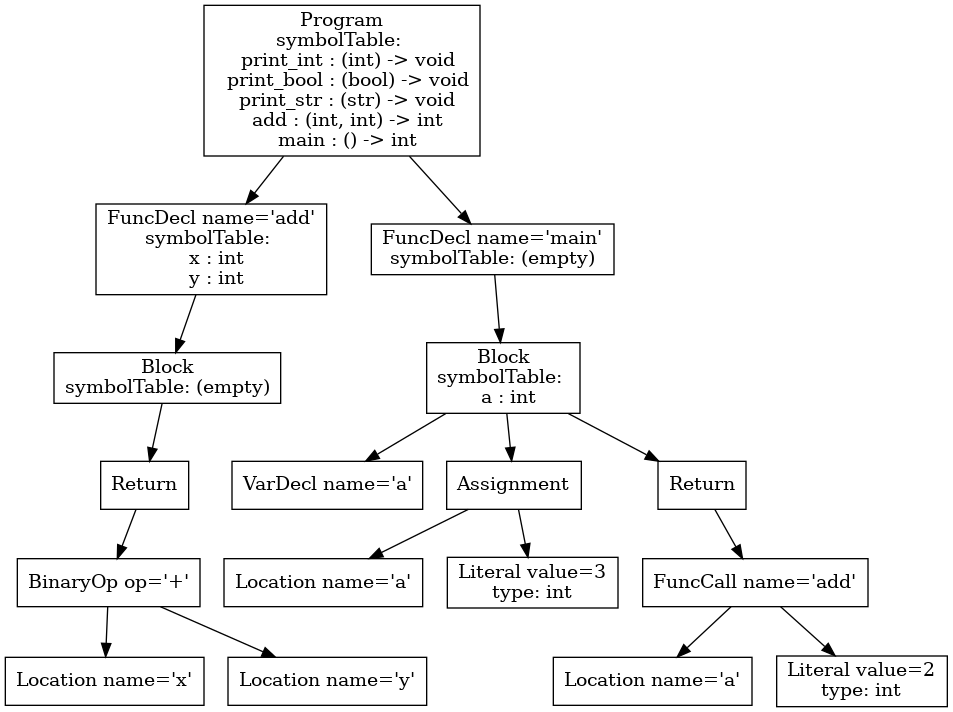
vtstew/p3-analysis keeps this Graphviz diagram as ast.png. Above is the earlier version. Its source is kept beside it as ast.dot.
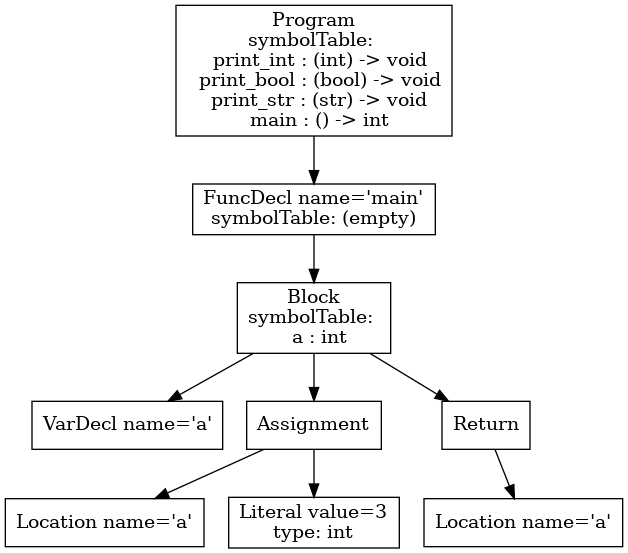
After the change.

The edit, as a diff of the source:
```diff
@@ -1,35 +1,19 @@
 digraph AST {
-5 [shape=box, label="Location name='x'"];
-6 [shape=box, label="Location name='y'"];
-4 [shape=box, label="BinaryOp op='+'"];
+3 [shape=box, label="VarDecl name='a'"];
+5 [shape=box, label="Location name='a'"];
+6 [shape=box, label="Literal value=3\ntype: int"];
+4 [shape=box, label="Assignment"];
 4 -> 5;
 4 -> 6;
-3 [shape=box, label="Return"];
-3 -> 4;
-2 [shape=box, label="Block\nsymbolTable: (empty)"];
+8 [shape=box, label="Location name='a'"];
+7 [shape=box, label="Return"];
+7 -> 8;
+2 [shape=box, label="Block\nsymbolTable: \n  a : int"];
 2 -> 3;
-1 [shape=box, label="FuncDecl name='add'\nsymbolTable: \n  x : int\n  y : int"];
+2 -> 4;
+2 -> 7;
+1 [shape=box, label="FuncDecl name='main'\nsymbolTable: (empty)"];
 1 -> 2;
-9 [shape=box, label="VarDecl name='a'"];
-11 [shape=box, label="Location name='a'"];
-12 [shape=box, label="Literal value=3\ntype: int"];
-10 [shape=box, label="Assignment"];
-10 -> 11;
-10 -> 12;
-15 [shape=box, label="Location name='a'"];
-16 [shape=box, label="Literal value=2\ntype: int"];
-14 [shape=box, label="FuncCall name='add'"];
-14 -> 15;
-14 -> 16;
-13 [shape=box, label="Return"];
-13 -> 14;
-8 [shape=box, label="Block\nsymbolTable: \n  a : int"];
-8 -> 9;
-8 -> 10;
-8 -> 13;
-7 [shape=box, label="FuncDecl name='main'\nsymbolTable: (empty)"];
-7 -> 8;
-0 [shape=box, label="Program\nsymbolTable: \n  print_int : (int) -> void\n  print_bool : (bool) -> void\n  print_str : (str) -> void\n  add : (int, int) -> int\n  main : () -> int"];
+0 [shape=box, label="Program\nsymbolTable: \n  print_int : (int) -> void\n  print_bool : (bool) -> void\n  print_str : (str) -> void\n  main : () -> int"];
 0 -> 1;
-0 -> 7;
 }
```
